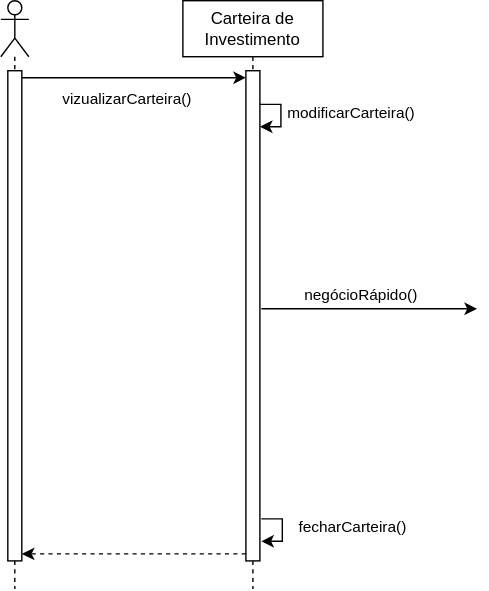
JesCat16/Projeto01_Modelagem_De_Software keeps this draw.io diagram as Diagrama 8.drawio.svg. Above is the earlier version. Source tidied: cells renumbered, new cells last; positions are measured from the earlier drawing's top-left corner, leaving out a move shared by most shapes. Its diagram source:
```xml
<mxGraphModel>
  <root>
    <mxCell id="0" />
    <mxCell id="1" parent="0" />
    <mxCell id="2" style="shape=umlLifeline;perimeter=lifelinePerimeter;whiteSpace=wrap;html=1;newEdgeStyle={&quot;curved&quot;:0,&quot;rounded&quot;:0};participant=umlActor;" parent="1" vertex="1">
      <mxGeometry width="20" height="420" as="geometry" />
    </mxCell>
    <mxCell id="3" style="html=1;points=[[0,0,0,0,5],[0,1,0,0,-5],[1,0,0,0,5],[1,1,0,0,-5]];perimeter=orthogonalPerimeter;outlineConnect=0;targetShapes=umlLifeline;portConstraint=eastwest;newEdgeStyle={&quot;curved&quot;:0,&quot;rounded&quot;:0};" parent="2" vertex="1">
      <mxGeometry x="5" y="50" width="10" height="350" as="geometry" />
    </mxCell>
    <mxCell id="4" value="Carteira de Investimento" style="shape=umlLifeline;perimeter=lifelinePerimeter;whiteSpace=wrap;html=1;newEdgeStyle={&quot;curved&quot;:0,&quot;rounded&quot;:0};" parent="1" vertex="1">
      <mxGeometry x="130" width="100" height="420" as="geometry" />
    </mxCell>
    <mxCell id="5" style="html=1;points=[[0,0,0,0,5],[0,1,0,0,-5],[1,0,0,0,5],[1,1,0,0,-5]];perimeter=orthogonalPerimeter;outlineConnect=0;targetShapes=umlLifeline;portConstraint=eastwest;newEdgeStyle={&quot;curved&quot;:0,&quot;rounded&quot;:0};" parent="4" vertex="1">
      <mxGeometry x="45" y="50" width="10" height="350" as="geometry" />
    </mxCell>
    <mxCell id="6" style="edgeStyle=orthogonalEdgeStyle;rounded=0;jettySize=auto;html=1;curved=0;exitX=1;exitY=0;exitDx=0;exitDy=5;exitPerimeter=0;entryX=0;entryY=0;entryDx=0;entryDy=5;entryPerimeter=0;" parent="1" edge="1" source="3" target="5">
      <mxGeometry relative="1" as="geometry" />
    </mxCell>
    <mxCell id="7" value="vizualizarCarteira()" style="edgeLabel;html=1;align=center;verticalAlign=middle;" parent="6" vertex="1">
      <mxGeometry x="0.2" y="1" relative="1" as="geometry">
        <mxPoint x="-21" y="16" as="offset" />
      </mxGeometry>
    </mxCell>
    <mxCell id="8" style="edgeStyle=orthogonalEdgeStyle;rounded=0;jettySize=auto;html=1;curved=0;exitX=0;exitY=1;exitDx=0;exitDy=-5;exitPerimeter=0;entryX=1;entryY=1;entryDx=0;entryDy=-5;entryPerimeter=0;dashed=1;" parent="1" edge="1" source="5" target="3">
      <mxGeometry relative="1" as="geometry" />
    </mxCell>
    <mxCell id="9" style="endArrow=classic;html=1;rounded=0;" parent="1" edge="1">
      <mxGeometry relative="1" as="geometry">
        <mxPoint x="185" y="74" as="sourcePoint" />
        <mxPoint x="185" y="90" as="targetPoint" />
        <Array as="points">
          <mxPoint x="200" y="74" />
          <mxPoint x="200" y="90" />
        </Array>
      </mxGeometry>
    </mxCell>
    <mxCell id="10" value="modificarCarteira()" style="edgeLabel;html=1;align=center;verticalAlign=middle;" parent="9" vertex="1">
      <mxGeometry x="-0.09" y="1" relative="1" as="geometry">
        <mxPoint x="49" as="offset" />
      </mxGeometry>
    </mxCell>
    <mxCell id="11" style="endArrow=classic;html=1;rounded=0;" parent="1" edge="1">
      <mxGeometry relative="1" as="geometry">
        <mxPoint x="186" y="220" as="sourcePoint" />
        <mxPoint x="340" y="220" as="targetPoint" />
      </mxGeometry>
    </mxCell>
    <mxCell id="12" value="negócioRápido()" style="edgeLabel;html=1;align=center;verticalAlign=middle;" parent="11" vertex="1">
      <mxGeometry x="-0.09" relative="1" as="geometry">
        <mxPoint y="-10" as="offset" />
      </mxGeometry>
    </mxCell>
    <mxCell id="13" style="endArrow=classic;html=1;rounded=0;" parent="1" edge="1">
      <mxGeometry relative="1" as="geometry">
        <mxPoint x="186" y="370" as="sourcePoint" />
        <mxPoint x="186" y="386" as="targetPoint" />
        <Array as="points">
          <mxPoint x="201" y="370" />
          <mxPoint x="201" y="386" />
        </Array>
      </mxGeometry>
    </mxCell>
    <mxCell id="14" value="fecharCarteira()" style="edgeLabel;html=1;align=center;verticalAlign=middle;" parent="13" vertex="1">
      <mxGeometry x="-0.09" y="1" relative="1" as="geometry">
        <mxPoint x="49" as="offset" />
      </mxGeometry>
    </mxCell>
  </root>
</mxGraphModel>
```
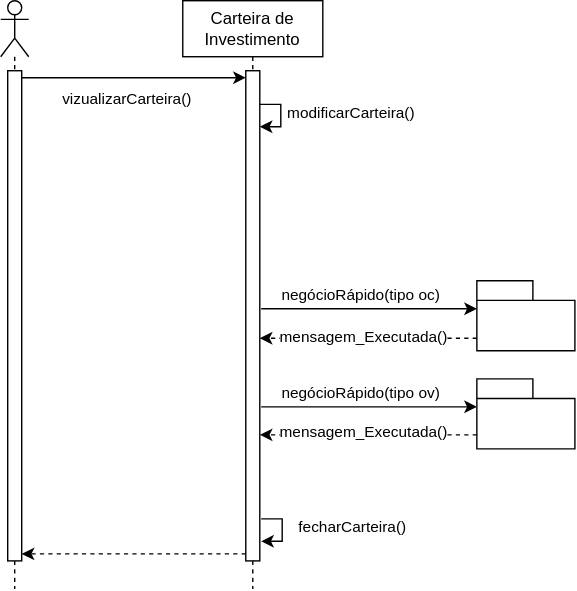
The same diagram one commit later.

Change to the diagram source:
```diff
@@ -46,7 +46,7 @@
         <mxPoint x="340" y="220" as="targetPoint" />
       </mxGeometry>
     </mxCell>
-    <mxCell id="12" value="negócioRápido()" style="edgeLabel;html=1;align=center;verticalAlign=middle;" parent="11" vertex="1">
+    <mxCell id="12" value="negócioRápido(tipo oc)" style="edgeLabel;html=1;align=center;verticalAlign=middle;" parent="11" vertex="1">
       <mxGeometry x="-0.09" relative="1" as="geometry">
         <mxPoint y="-10" as="offset" />
       </mxGeometry>
@@ -66,5 +66,39 @@
         <mxPoint x="49" as="offset" />
       </mxGeometry>
     </mxCell>
+    <mxCell id="15" style="edgeStyle=orthogonalEdgeStyle;rounded=0;jettySize=auto;html=1;exitX=0;exitY=0;exitDx=0;exitDy=41;exitPerimeter=0;dashed=1;" parent="1" edge="1" source="17">
+      <mxGeometry relative="1" as="geometry">
+        <mxPoint x="185" y="241" as="targetPoint" />
+      </mxGeometry>
+    </mxCell>
+    <mxCell id="16" value="mensagem_Executada()" style="edgeLabel;html=1;align=center;verticalAlign=middle;" parent="15" vertex="1">
+      <mxGeometry x="0.05" y="-2" relative="1" as="geometry" />
+    </mxCell>
+    <mxCell id="17" style="shape=folder;fontStyle=1;spacingTop=10;tabWidth=40;tabHeight=14;tabPosition=left;html=1;whiteSpace=wrap;" parent="1" vertex="1">
+      <mxGeometry x="340" y="200" width="70" height="50" as="geometry" />
+    </mxCell>
+    <mxCell id="18" style="endArrow=classic;html=1;rounded=0;" parent="1" edge="1">
+      <mxGeometry relative="1" as="geometry">
+        <mxPoint x="186" y="290" as="sourcePoint" />
+        <mxPoint x="340" y="290" as="targetPoint" />
+      </mxGeometry>
+    </mxCell>
+    <mxCell id="19" value="negócioRápido(tipo ov)" style="edgeLabel;html=1;align=center;verticalAlign=middle;" parent="18" vertex="1">
+      <mxGeometry x="-0.09" relative="1" as="geometry">
+        <mxPoint y="-10" as="offset" />
+      </mxGeometry>
+    </mxCell>
+    <mxCell id="20" style="shape=folder;fontStyle=1;spacingTop=10;tabWidth=40;tabHeight=14;tabPosition=left;html=1;whiteSpace=wrap;" parent="1" vertex="1">
+      <mxGeometry x="340" y="270" width="70" height="50" as="geometry" />
+    </mxCell>
+    <mxCell id="21" style="edgeStyle=orthogonalEdgeStyle;rounded=0;orthogonalLoop=1;jettySize=auto;html=1;exitX=0;exitY=0;exitDx=0;exitDy=41;exitPerimeter=0;dashed=1;" parent="1" edge="1">
+      <mxGeometry relative="1" as="geometry">
+        <mxPoint x="340" y="310" as="sourcePoint" />
+        <mxPoint x="185" y="310" as="targetPoint" />
+      </mxGeometry>
+    </mxCell>
+    <mxCell id="22" value="mensagem_Executada()" style="edgeLabel;html=1;align=center;verticalAlign=middle;" parent="21" vertex="1">
+      <mxGeometry x="0.05" y="-2" relative="1" as="geometry" />
+    </mxCell>
   </root>
 </mxGraphModel>
```
